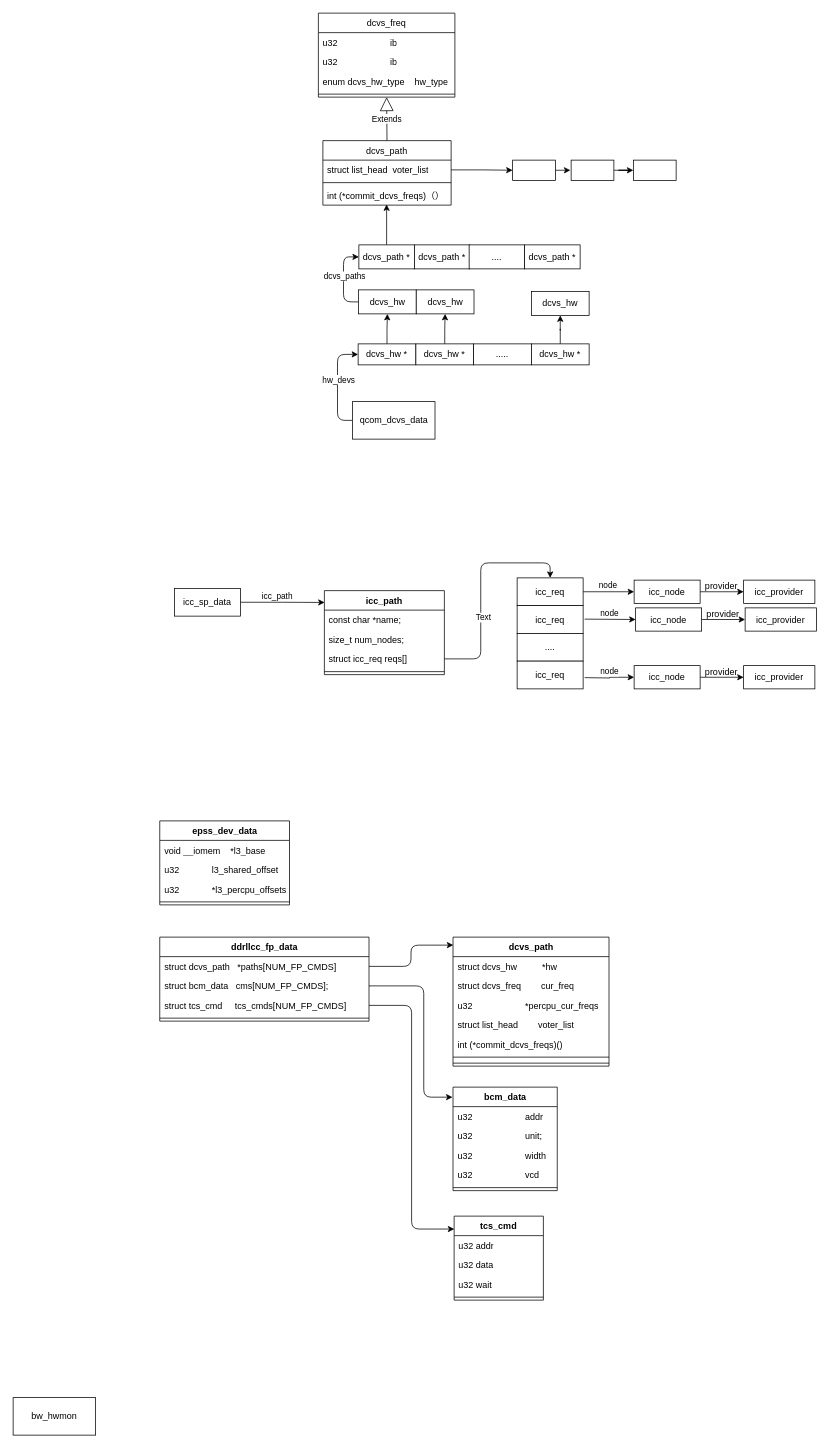
Before: dcvs.drawio in jasonactions/graph, a draw.io diagram. Source tidied: cells renumbered, new cells numbered last; positions are measured from the earlier drawing's top-left corner, leaving out a move shared by most shapes. Both pictures are drawn from the tidied source at 75%, with x=0, y=0 at pixel (13, 13).
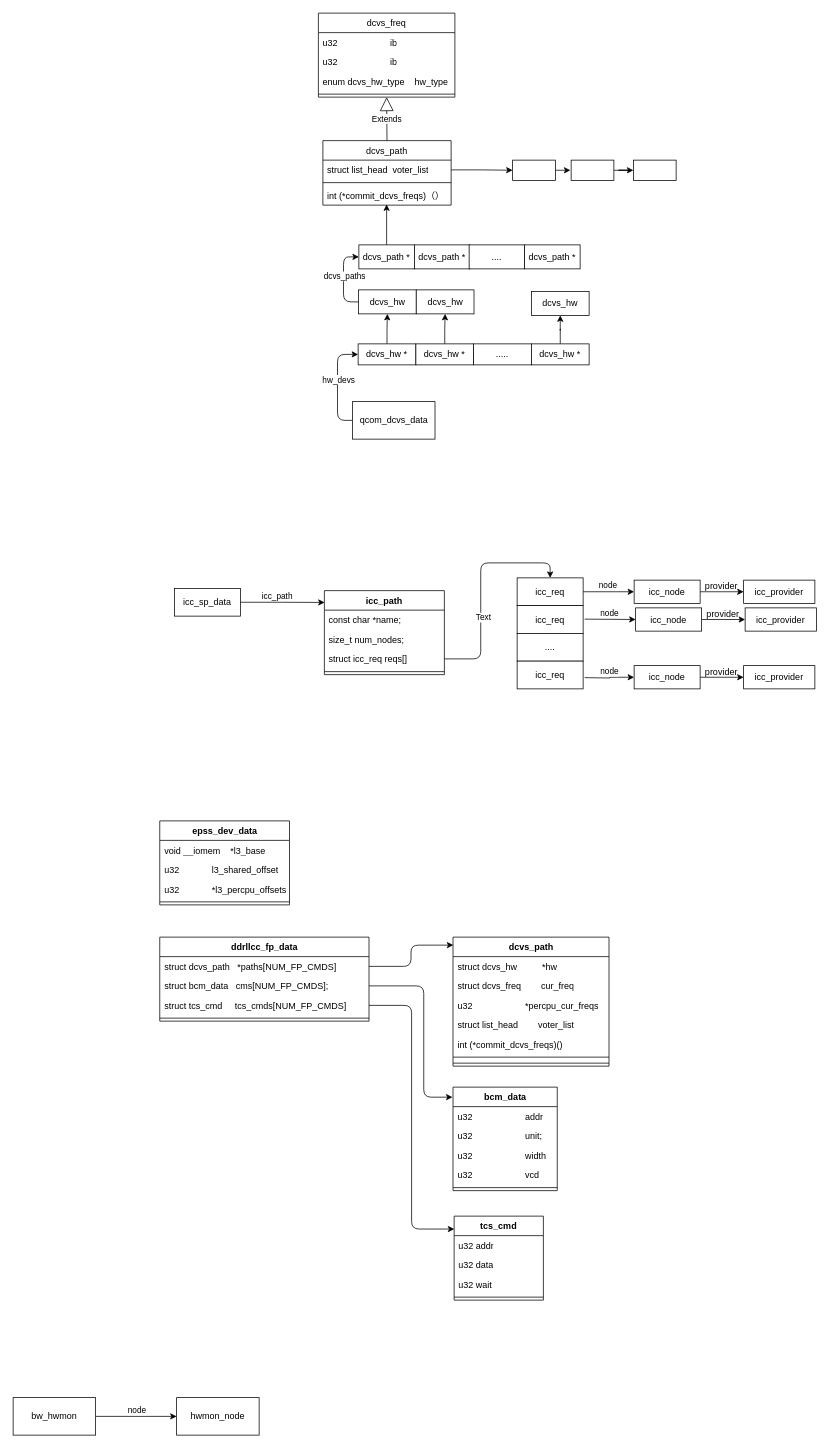
After the change.

The change refers to these unchanged cells:
```xml
<mxCell id="102" value="bw_hwmon" style="html=1;whiteSpace=wrap;" parent="1" vertex="1">
  <mxGeometry y="1846" width="110" height="50" as="geometry" />
</mxCell>
```

Diff of the diagram source:
```diff
@@
+    <mxCell id="103" style="edgeStyle=orthogonalEdgeStyle;rounded=0;jettySize=auto;html=1;entryX=0;entryY=0.5;entryDx=0;entryDy=0;" parent="1" edge="1" source="102" target="105">
+      <mxGeometry relative="1" as="geometry" />
+    </mxCell>
+    <mxCell id="104" value="node" style="edgeLabel;html=1;align=center;verticalAlign=middle;" parent="103" vertex="1">
+      <mxGeometry x="0.24" relative="1" as="geometry">
+        <mxPoint x="-13" y="-9" as="offset" />
+      </mxGeometry>
+    </mxCell>
@@
+    <mxCell id="105" value="hwmon_node" style="html=1;whiteSpace=wrap;" parent="1" vertex="1">
+      <mxGeometry x="218" y="1846" width="110" height="50" as="geometry" />
+    </mxCell>
```
